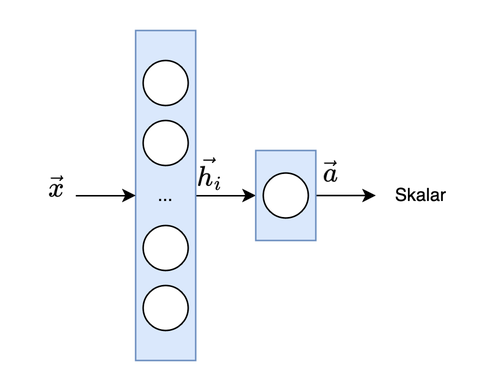
Earlier version of the draw.io export assets/img/neural_network_ger.png (omseeth/omseeth.github.io). Source tidied: cells renumbered, new cells last; positions are measured from the earlier drawing's top-left corner, leaving out a move shared by most shapes.
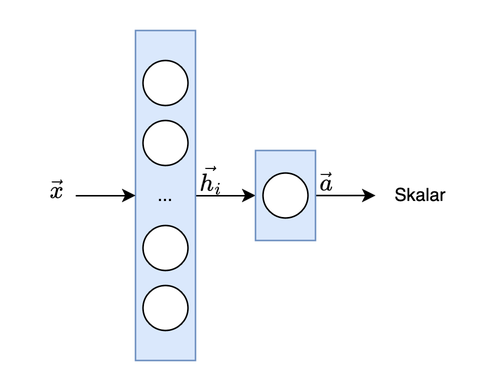
Later version of the same file.

Commit message:
different imgs

What changed in the source:
```diff
@@ -40,7 +40,7 @@
     <mxCell id="13" value="&lt;div&gt;&lt;br&gt;&lt;/div&gt;" style="text;html=1;align=center;verticalAlign=middle;whiteSpace=wrap;rounded=0;strokeWidth=1;" parent="1" vertex="1">
       <mxGeometry y="115" width="60" height="30" as="geometry" />
     </mxCell>
-    <mxCell id="14" value="&lt;div style=&quot;font-size: 16px;&quot;&gt;&lt;font style=&quot;font-size: 16px;&quot;&gt;$$\vec{x}$$ &lt;br&gt;&lt;/font&gt;&lt;/div&gt;" style="text;html=1;align=center;verticalAlign=middle;whiteSpace=wrap;rounded=0;" parent="1" vertex="1">
+    <mxCell id="14" value="&lt;div style=&quot;font-size: 14px;&quot;&gt;&lt;font style=&quot;font-size: 14px;&quot;&gt;$$\vec{x}$$ &lt;br&gt;&lt;/font&gt;&lt;/div&gt;" style="text;html=1;align=center;verticalAlign=middle;whiteSpace=wrap;rounded=0;" parent="1" vertex="1">
       <mxGeometry x="30" y="120" width="15" height="30" as="geometry" />
     </mxCell>
     <mxCell id="15" style="endArrow=classic;html=1;rounded=0;entryX=0;entryY=0.5;entryDx=0;entryDy=0;" parent="1" edge="1" target="4">
@@ -48,11 +48,11 @@
         <mxPoint x="50" y="130" as="sourcePoint" />
       </mxGeometry>
     </mxCell>
-    <mxCell id="16" value="&lt;div style=&quot;font-size: 16px;&quot;&gt;&lt;font style=&quot;font-size: 16px;&quot;&gt;$$\vec{h_i}$$ &lt;br&gt;&lt;/font&gt;&lt;/div&gt;" style="text;html=1;align=center;verticalAlign=middle;whiteSpace=wrap;rounded=0;" parent="1" vertex="1">
-      <mxGeometry x="125" y="115" width="30" height="20" as="geometry" />
+    <mxCell id="16" value="&lt;div style=&quot;font-size: 14px;&quot;&gt;&lt;font style=&quot;font-size: 14px;&quot;&gt;$$\vec{h_i}$$ &lt;br&gt;&lt;/font&gt;&lt;/div&gt;" style="text;html=1;align=center;verticalAlign=middle;whiteSpace=wrap;rounded=0;" parent="1" vertex="1">
+      <mxGeometry x="125" y="120" width="30" height="15" as="geometry" />
     </mxCell>
-    <mxCell id="17" value="&lt;div style=&quot;font-size: 16px;&quot;&gt;&lt;font style=&quot;font-size: 16px;&quot;&gt;$$\vec{a}$$ &lt;br&gt;&lt;/font&gt;&lt;/div&gt;" style="text;html=1;align=center;verticalAlign=middle;whiteSpace=wrap;rounded=0;" parent="1" vertex="1">
-      <mxGeometry x="205" y="115" width="30" height="20" as="geometry" />
+    <mxCell id="17" value="&lt;div style=&quot;font-size: 14px;&quot;&gt;&lt;font style=&quot;font-size: 14px;&quot;&gt;$$\vec{a}$$ &lt;br&gt;&lt;/font&gt;&lt;/div&gt;" style="text;html=1;align=center;verticalAlign=middle;whiteSpace=wrap;rounded=0;" parent="1" vertex="1">
+      <mxGeometry x="210" y="120" width="15" height="20" as="geometry" />
     </mxCell>
     <mxCell id="18" value="Skalar" style="text;html=1;align=center;verticalAlign=middle;whiteSpace=wrap;rounded=0;" parent="1" vertex="1">
       <mxGeometry x="250" y="115" width="60" height="30" as="geometry" />
```
